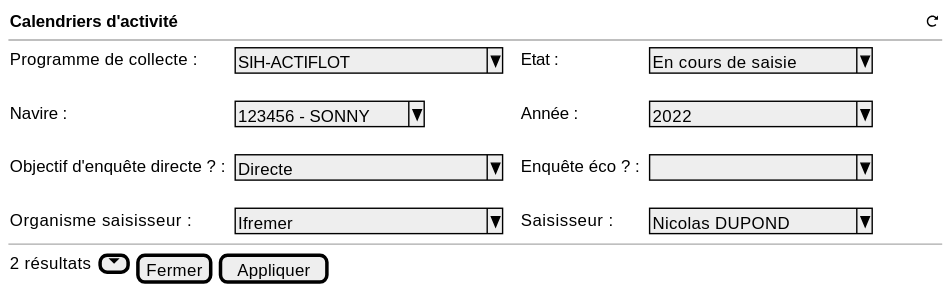
Before: projects/activity-calendar/spe/images/activity-calendar-table-filters.svg, a diagram exported from PlantUML (sumaris-net/sumaris-doc). Its source is kept beside it as projects/activity-calendar/spe/images/activity-calendar-table-filters.puml.
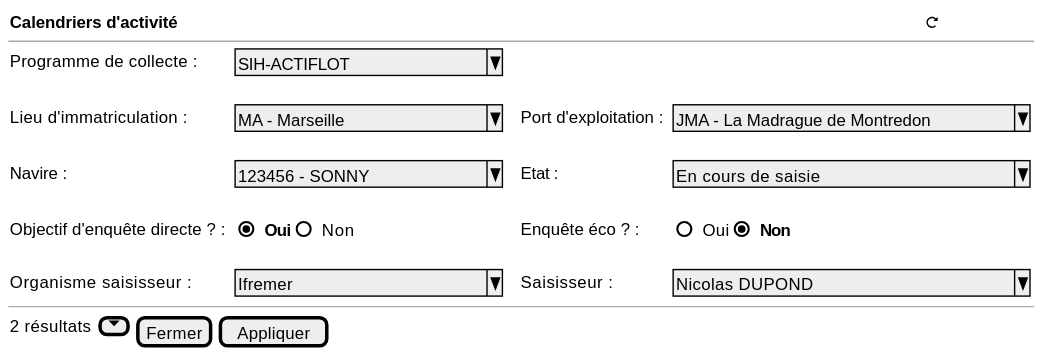
After the commit.

The edit, as a diff of the source:
```diff
@@ -5,13 +5,15 @@
    --
 
     {
-        Programme de collecte : | . | ^ SIH-ACTIFLOT         ^ | . | . | Etat :   | . | ^En cours de saisie^
+        Programme de collecte : | . | ^ SIH-ACTIFLOT         ^
         .
-        Navire : | . | ^ 123456 - SONNY^ | . | . | Année : | . | ^ 2022             ^
+        Lieu d'immatriculation : | . | ^ MA - Marseille       ^ | . | . | Port d'exploitation : | . | ^JMA - La Madrague de Montredon^
         .
-        Objectif d'enquête directe ? :   | . |^ Directe              ^ |  . | . | Enquête éco ? :   | . | ^                  ^
+        Navire : | . | ^ 123456 - SONNY       ^ | . | . | Etat : | . | ^En cours de saisie            ^
         .
-        Organisme saisisseur :   | . |^ Ifremer              ^ |  . | . | Saisisseur :   | . | ^ Nicolas DUPOND   ^
+        Objectif d'enquête directe ? :   | . |{ (X) <b>Oui | () Non}|  . | . | Enquête éco ? :   | . | { () Oui | (X) <b>Non}
+        .
+        Organisme saisisseur :   | . |^ Ifremer              ^ |  . | . | Saisisseur :   | . | ^ Nicolas DUPOND               ^
 
     }
 
```
